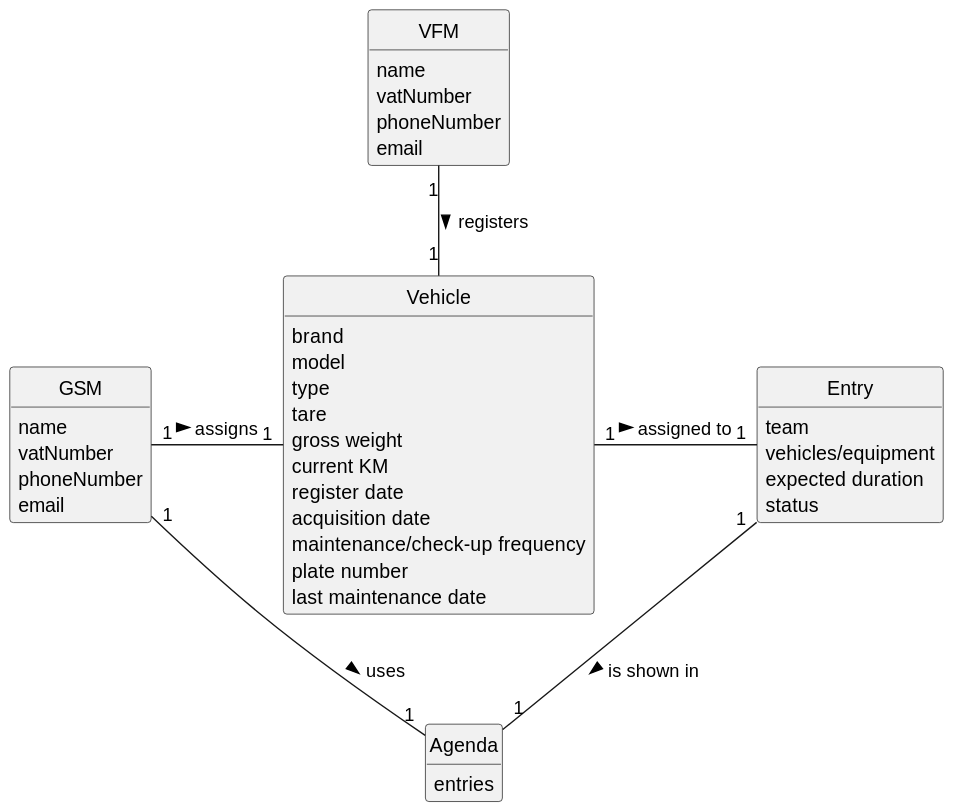
Above: docs/sprint3/us026/02.analysis/svg/us026-domain-model.svg in tiagosoa/lei-24-s2-1dgh-g073 (PlantUML), before the change. The source it was exported from:
```plantuml
@startuml
skinparam monochrome true
skinparam packageStyle rectangle
skinparam shadowing false


skinparam classAttributeIconSize 0

hide circle
hide methods



class GSM {
    name
    vatNumber
    phoneNumber
    email
}

class VFM {
    name
    vatNumber
    phoneNumber
    email
}

class Vehicle {
    brand
    model
    type
    tare
    gross weight
    current KM
    register date
    acquisition date
    maintenance/check-up frequency
    plate number
    last maintenance date
}

class Entry {
    team
    vehicles/equipment
    expected duration
    status
}

class Agenda {
    entries
}


VFM "1" -- "1" Vehicle: registers >
GSM "1" - "1" Vehicle: assigns >
Vehicle "1" - "1" Entry: assigned to >
GSM "1" -- "1" Agenda: uses >
Entry "1" -- "1" Agenda: is shown in >
@enduml
```
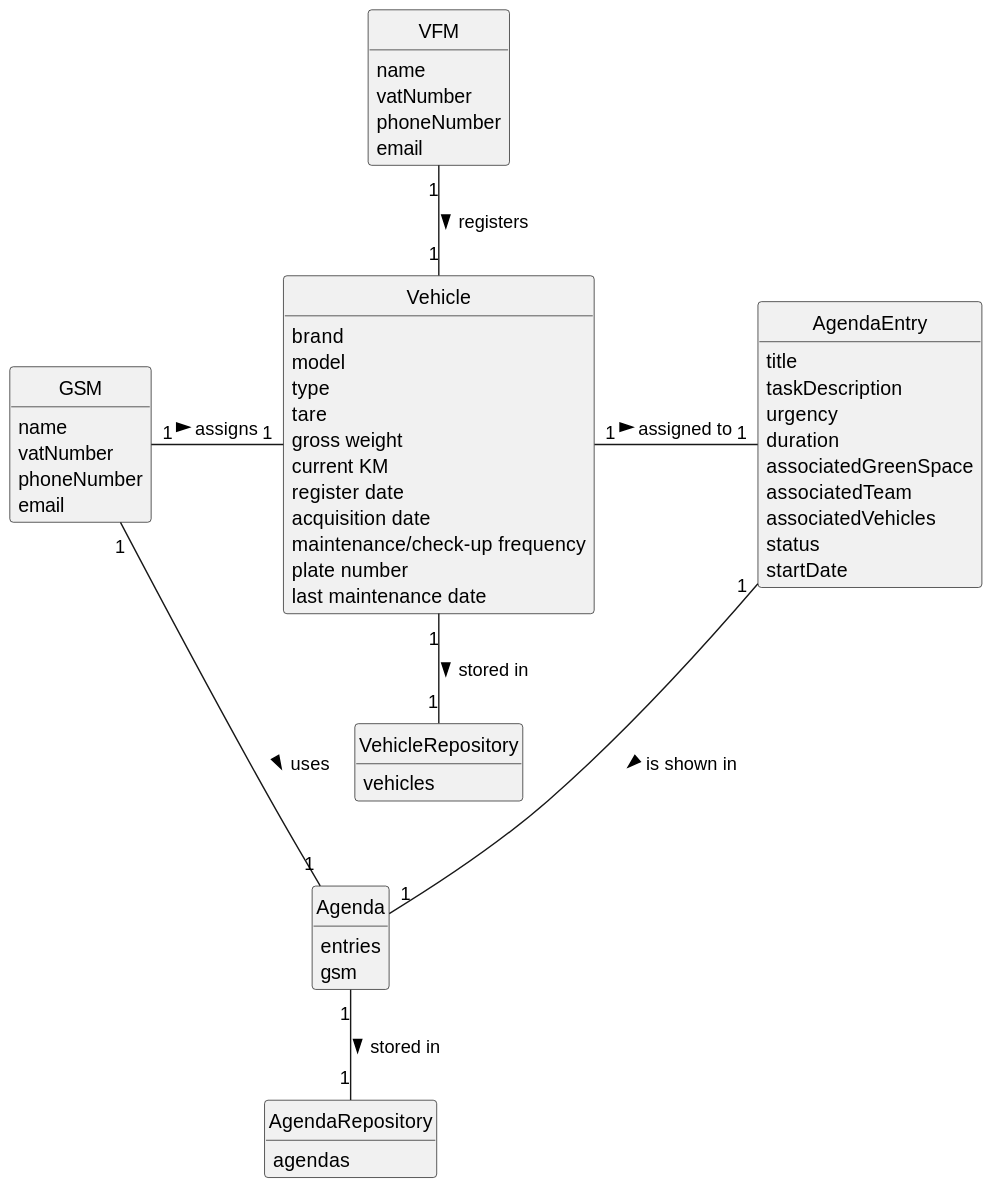
After the change.

The edit, as a diff of the source:
```diff
@@ -39,21 +39,37 @@
     last maintenance date
 }
 
-class Entry {
-    team
-    vehicles/equipment
-    expected duration
-    status
+class VehicleRepository {
+    vehicles
+}
+
+class AgendaEntry {
+     title
+     taskDescription
+     urgency
+     duration
+     associatedGreenSpace
+     associatedTeam
+     associatedVehicles
+     status
+     startDate
 }
 
 class Agenda {
     entries
+    gsm
+}
+
+class AgendaRepository {
+    agendas
 }
 
 
 VFM "1" -- "1" Vehicle: registers >
 GSM "1" - "1" Vehicle: assigns >
-Vehicle "1" - "1" Entry: assigned to >
-GSM "1" -- "1" Agenda: uses >
-Entry "1" -- "1" Agenda: is shown in >
+Vehicle "1" - "1" AgendaEntry: assigned to >
+Vehicle "1" -- "1" VehicleRepository: stored in >
+GSM "1" --- "1" Agenda: uses >
+AgendaEntry "1" --- "1" Agenda: is shown in >
+Agenda "1" -- "1" AgendaRepository: stored in >
 @enduml
```
